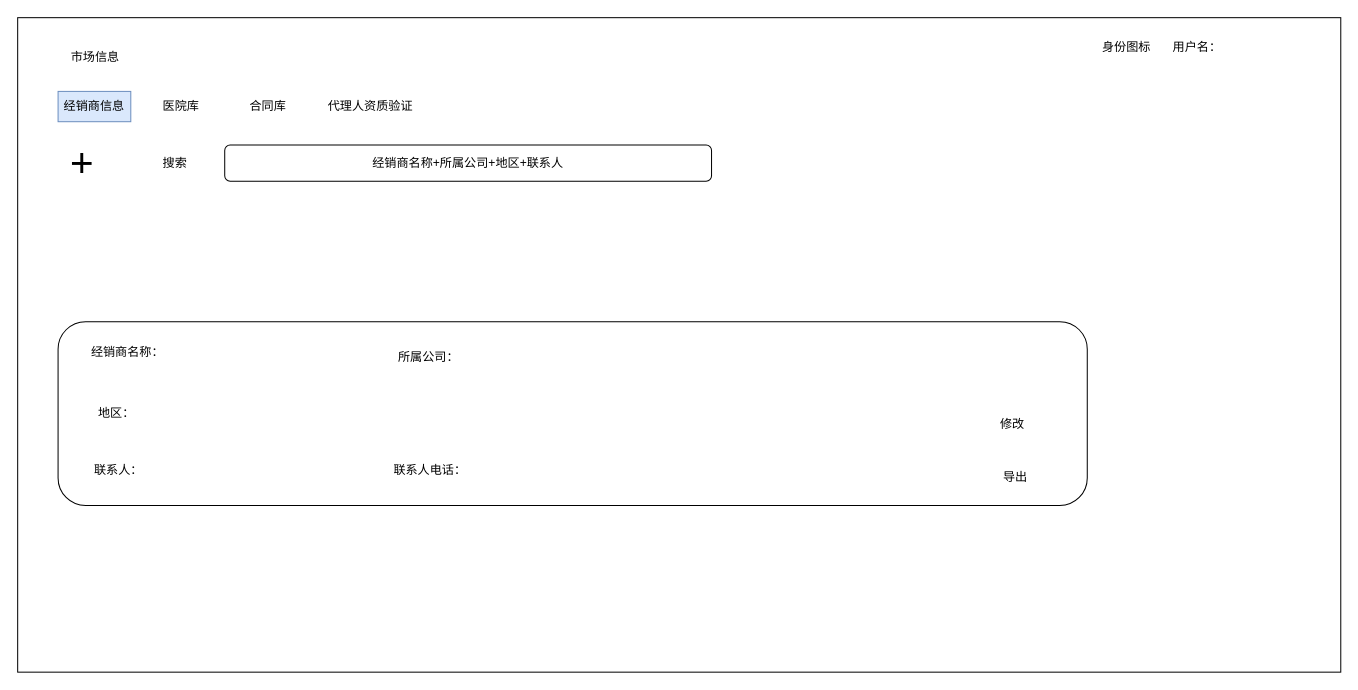
This is page "经销商信息" (1 of 7) of 泰加市场.drawio from cangwang/news, a draw.io file, before an edit. Source tidied: cells renumbered, new cells numbered last; positions are measured from the earlier drawing's top-left corner, leaving out a move shared by most shapes. Both pictures are drawn from the tidied source at 101%, with x=0, y=0 at pixel (17, 17).
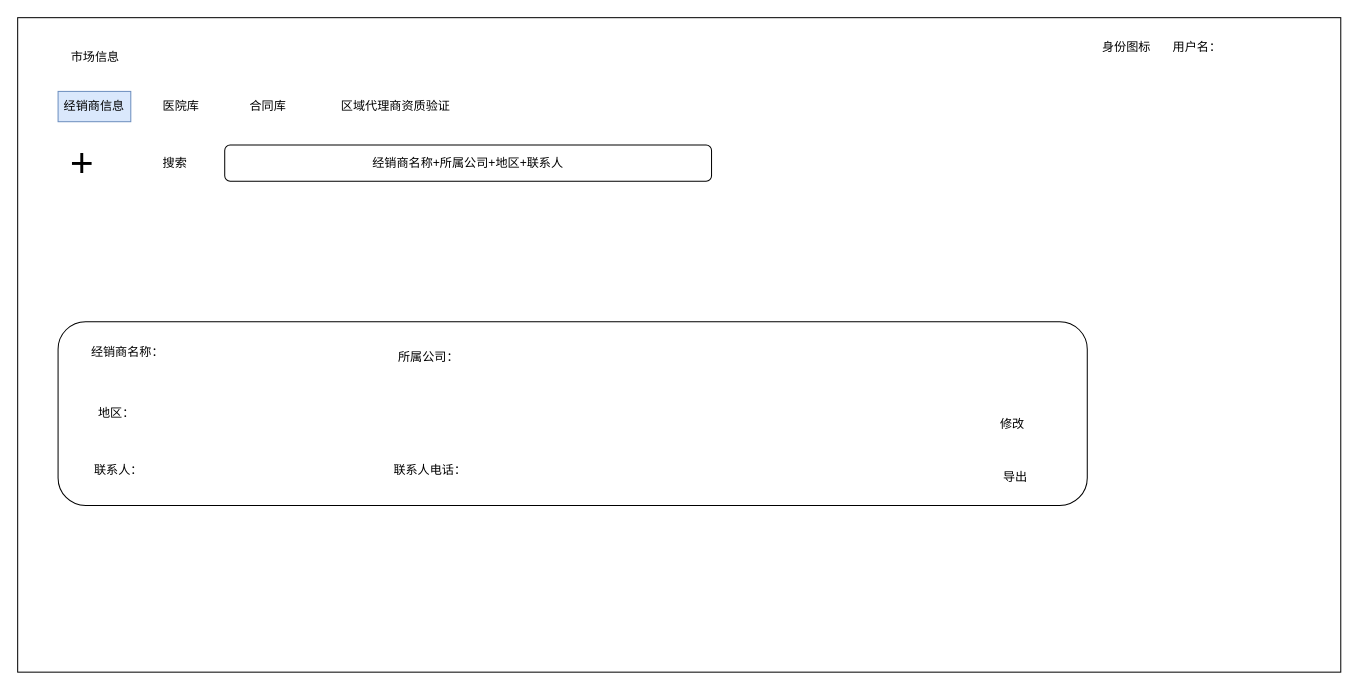
The same page after the edit.

What changed in the source:
```diff
@@
-    <mxCell id="7" value="代理人资质验证" style="text;html=1;strokeColor=none;fillColor=none;align=center;verticalAlign=middle;whiteSpace=wrap;rounded=0;" parent="1" vertex="1">
-      <mxGeometry x="304" y="73" width="91" height="30" as="geometry" />
+    <mxCell id="7" value="区域代理商资质验证" style="text;html=1;strokeColor=none;fillColor=none;align=center;verticalAlign=middle;whiteSpace=wrap;rounded=0;" parent="1" vertex="1">
+      <mxGeometry x="304" y="73" width="141" height="30" as="geometry" />
     </mxCell>
```
